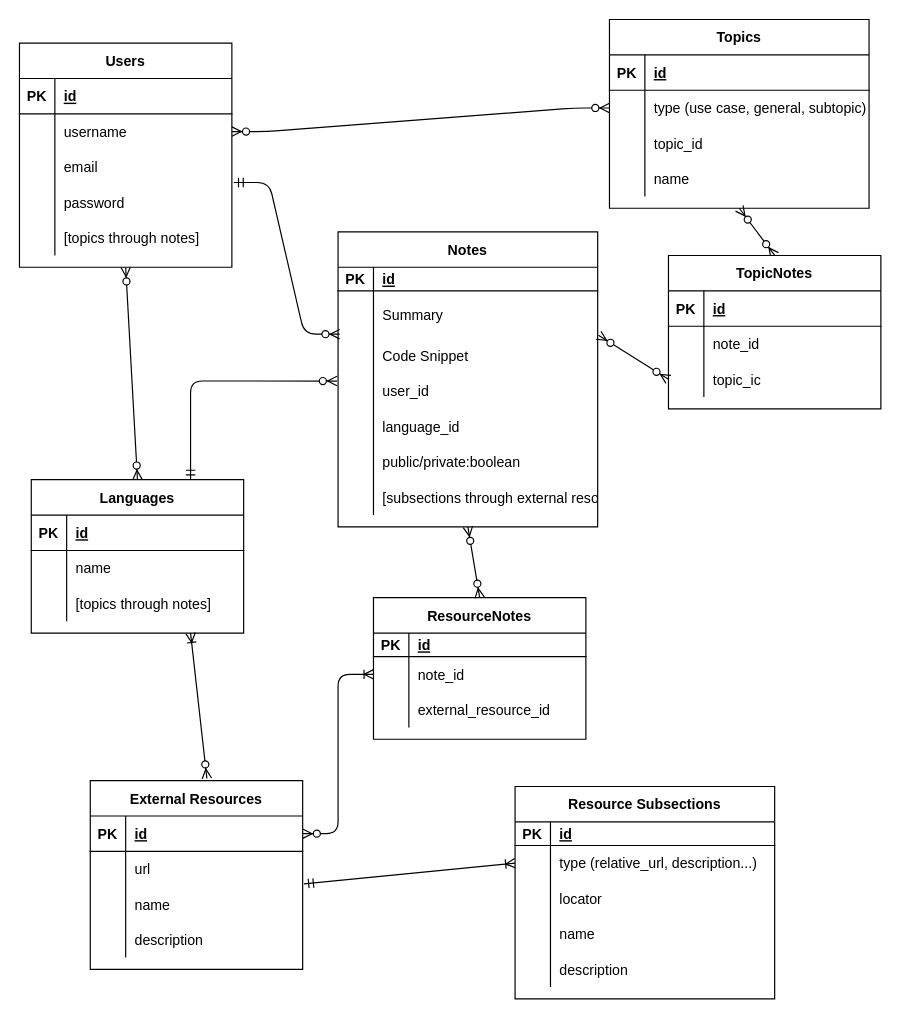
The draw.io diagram Rails Portfolio Project ERD.drawio in charlie763/code-notes, before the edit. Source tidied: cells renumbered, new cells numbered last; positions are measured from the earlier drawing's top-left corner, leaving out a move shared by most shapes. Both pictures are drawn from the tidied source at 118%, with x=0, y=0 at pixel (19, 19).
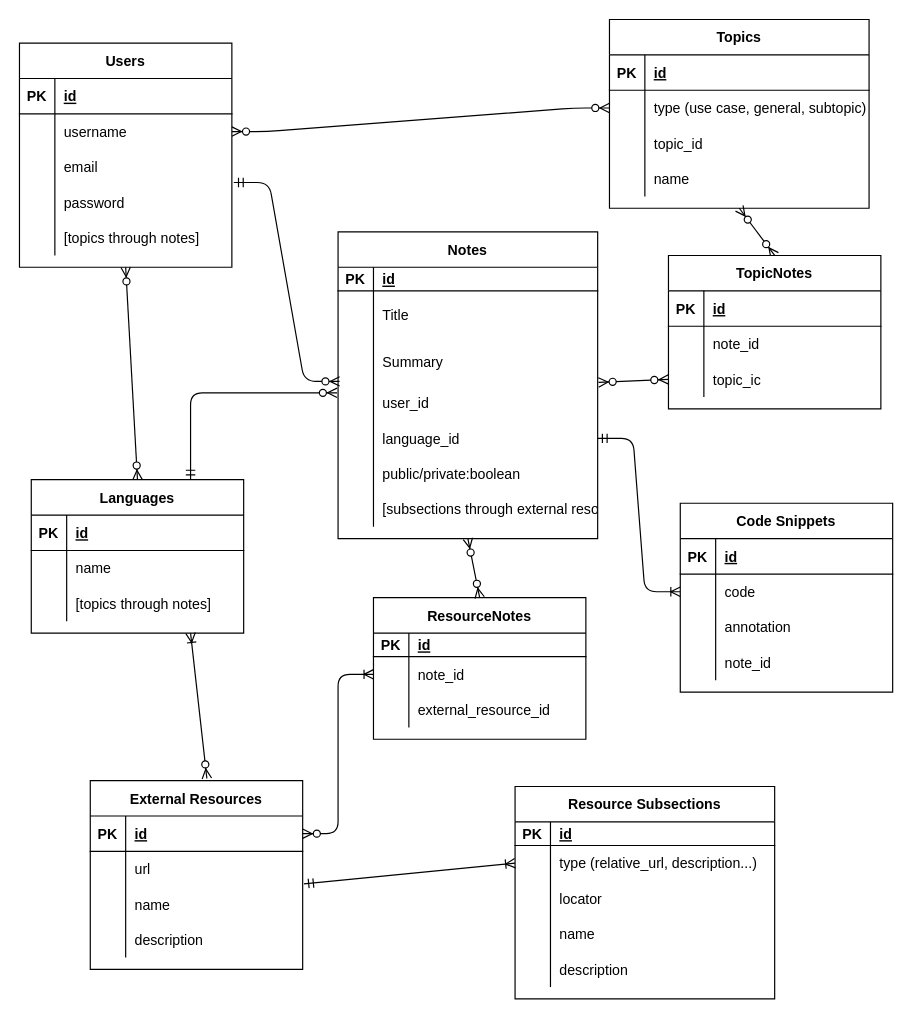
The same diagram, later.

Unchanged cells that the change refers to:
```xml
<mxCell id="44" style="shape=partialRectangle;fillColor=none;top=0;left=0;bottom=0;right=0;points=[[0,0.5],[1,0.5]];portConstraint=eastwest;" parent="34" vertex="1">
  <mxGeometry y="120" width="180" height="30" as="geometry" />
</mxCell>
<mxCell id="94" style="shape=partialRectangle;fillColor=none;top=0;left=0;bottom=0;right=0;" parent="90" vertex="1">
  <mxGeometry y="50" width="220" height="40" as="geometry" />
</mxCell>
<mxCell id="120" style="shape=partialRectangle;fillColor=none;top=0;left=0;bottom=0;right=0;points=[[0,0.5],[1,0.5]];portConstraint=eastwest;" parent="113" vertex="1">
  <mxGeometry y="90" width="180" height="30" as="geometry" />
</mxCell>
```

Diff of the diagram source:
```diff
@@
-    <mxCell id="2" style="edgeStyle=entityRelationEdgeStyle;fontSize=12;html=1;endArrow=ERzeroToMany;startArrow=ERmandOne;entryX=0.006;entryY=-0.11;entryDx=0;entryDy=0;entryPerimeter=0;exitX=1.009;exitY=-0.061;exitDx=0;exitDy=0;exitPerimeter=0;" parent="1" edge="1" source="44" target="97">
-      <mxGeometry relative="1" as="geometry" />
+    <mxCell id="2" style="edgeStyle=entityRelationEdgeStyle;fontSize=12;html=1;endArrow=ERzeroToMany;startArrow=ERmandOne;entryX=0.006;entryY=-0.11;entryDx=0;entryDy=0;entryPerimeter=0;exitX=1.009;exitY=-0.061;exitDx=0;exitDy=0;exitPerimeter=0;" parent="1" edge="1" source="44">
+      <mxGeometry relative="1" as="geometry">
+        <mxPoint x="271.3" y="306.7" as="targetPoint" />
+      </mxGeometry>
     </mxCell>
@@
-    <mxCell id="15" style="fontSize=12;html=1;endArrow=ERzeroToMany;endFill=1;startArrow=ERzeroToMany;exitX=1.003;exitY=-0.08;exitDx=0;exitDy=0;exitPerimeter=0;entryX=0;entryY=0.5;entryDx=0;entryDy=0;" parent="1" edge="1" source="97" target="120">
-      <mxGeometry relative="1" as="geometry" />
+    <mxCell id="15" style="fontSize=12;html=1;endArrow=ERzeroToMany;endFill=1;startArrow=ERzeroToMany;exitX=1.003;exitY=-0.08;exitDx=0;exitDy=0;exitPerimeter=0;entryX=0;entryY=0.5;entryDx=0;entryDy=0;" parent="1" edge="1" target="120">
+      <mxGeometry relative="1" as="geometry">
+        <mxPoint x="490.7" y="307.6" as="sourcePoint" />
+      </mxGeometry>
     </mxCell>
@@
     <mxCell id="90" value="Notes" style="shape=table;startSize=30;childLayout=tableLayout;rowLines=0;fontStyle=1;align=center;" parent="1" vertex="1">
-      <mxGeometry x="270" y="180" width="220" height="250" as="geometry" />
+      <mxGeometry x="270" y="180" width="220" height="260" as="geometry" />
     </mxCell>
@@
-    <mxCell id="96" value="Summary" style="shape=partialRectangle;fillColor=none;top=0;left=0;bottom=0;right=0;align=left;spacingLeft=6;overflow=hidden;" parent="94" vertex="1">
+    <mxCell id="96" value="Title" style="shape=partialRectangle;fillColor=none;top=0;left=0;bottom=0;right=0;align=left;spacingLeft=6;overflow=hidden;" parent="94" vertex="1">
       <mxGeometry x="30" width="190" height="40" as="geometry" />
     </mxCell>
-    <mxCell id="97" style="shape=partialRectangle;fillColor=none;top=0;left=0;bottom=0;right=0;points=[[0,0.5],[1,0.5]];portConstraint=eastwest;" parent="90" vertex="1">
-      <mxGeometry y="90" width="220" height="30" as="geometry" />
-    </mxCell>
-    <mxCell id="98" style="shape=partialRectangle;fillColor=none;top=0;left=0;bottom=0;right=0;overflow=hidden;" parent="97" vertex="1">
-      <mxGeometry width="30" height="30" as="geometry" />
-    </mxCell>
-    <mxCell id="99" value="Code Snippet" style="shape=partialRectangle;fillColor=none;top=0;left=0;bottom=0;right=0;align=left;spacingLeft=6;overflow=hidden;" parent="97" vertex="1">
-      <mxGeometry x="30" width="190" height="30" as="geometry" />
-    </mxCell>
+    <mxCell id="123" style="shape=partialRectangle;fillColor=none;top=0;left=0;bottom=0;right=0;" parent="90" vertex="1">
+      <mxGeometry y="90" width="220" height="40" as="geometry" />
+    </mxCell>
+    <mxCell id="124" style="shape=partialRectangle;fillColor=none;top=0;left=0;bottom=0;right=0;overflow=hidden;" parent="123" vertex="1">
+      <mxGeometry width="30" height="40" as="geometry" />
+    </mxCell>
+    <mxCell id="125" value="Summary" style="shape=partialRectangle;fillColor=none;top=0;left=0;bottom=0;right=0;align=left;spacingLeft=6;overflow=hidden;" parent="123" vertex="1">
+      <mxGeometry x="30" width="190" height="40" as="geometry" />
+    </mxCell>
     <mxCell id="100" style="shape=partialRectangle;fillColor=none;top=0;left=0;bottom=0;right=0;points=[[0,0.5],[1,0.5]];portConstraint=eastwest;" parent="90" vertex="1">
-      <mxGeometry y="120" width="220" height="30" as="geometry" />
+      <mxGeometry y="130" width="220" height="30" as="geometry" />
     </mxCell>
@@
     <mxCell id="103" style="shape=partialRectangle;fillColor=none;top=0;left=0;bottom=0;right=0;points=[[0,0.5],[1,0.5]];portConstraint=eastwest;" parent="90" vertex="1">
-      <mxGeometry y="150" width="220" height="30" as="geometry" />
+      <mxGeometry y="160" width="220" height="30" as="geometry" />
     </mxCell>
@@
     <mxCell id="106" style="shape=partialRectangle;fillColor=none;top=0;left=0;bottom=0;right=0;" parent="90" vertex="1">
-      <mxGeometry y="180" width="220" height="30" as="geometry" />
+      <mxGeometry y="190" width="220" height="30" as="geometry" />
     </mxCell>
@@
     <mxCell id="109" style="shape=partialRectangle;fillColor=none;top=0;left=0;bottom=0;right=0;" parent="90" vertex="1">
-      <mxGeometry y="210" width="220" height="30" as="geometry" />
+      <mxGeometry y="220" width="220" height="30" as="geometry" />
     </mxCell>
@@
+    <mxCell id="126" style="edgeStyle=entityRelationEdgeStyle;fontSize=12;html=1;endArrow=ERoneToMany;startArrow=ERmandOne;exitX=1;exitY=0.5;exitDx=0;exitDy=0;entryX=0;entryY=0.5;entryDx=0;entryDy=0;" parent="1" edge="1" source="103" target="131">
+      <mxGeometry relative="1" as="geometry" />
+    </mxCell>
+    <mxCell id="127" value="Code Snippets" style="shape=table;startSize=30;childLayout=tableLayout;rowLines=0;fontStyle=1;align=center;" parent="1" vertex="1">
+      <mxGeometry x="560" y="410" width="180" height="160" as="geometry" />
+    </mxCell>
+    <mxCell id="128" style="shape=partialRectangle;fillColor=none;top=0;left=0;bottom=1;right=0;" parent="127" vertex="1">
+      <mxGeometry y="30" width="180" height="30" as="geometry" />
+    </mxCell>
+    <mxCell id="129" value="PK" style="shape=partialRectangle;fillColor=none;top=0;left=0;bottom=0;right=0;fontStyle=1;overflow=hidden;" parent="128" vertex="1">
+      <mxGeometry width="30" height="30" as="geometry" />
+    </mxCell>
+    <mxCell id="130" value="id" style="shape=partialRectangle;fillColor=none;top=0;left=0;bottom=0;right=0;align=left;spacingLeft=6;fontStyle=5;overflow=hidden;" parent="128" vertex="1">
+      <mxGeometry x="30" width="150" height="30" as="geometry" />
+    </mxCell>
+    <mxCell id="131" style="shape=partialRectangle;fillColor=none;top=0;left=0;bottom=0;right=0;points=[[0,0.5],[1,0.5]];portConstraint=eastwest;" parent="127" vertex="1">
+      <mxGeometry y="60" width="180" height="30" as="geometry" />
+    </mxCell>
+    <mxCell id="132" style="shape=partialRectangle;fillColor=none;top=0;left=0;bottom=0;right=0;overflow=hidden;" parent="131" vertex="1">
+      <mxGeometry width="30" height="30" as="geometry" />
+    </mxCell>
+    <mxCell id="133" value="code" style="shape=partialRectangle;fillColor=none;top=0;left=0;bottom=0;right=0;align=left;spacingLeft=6;overflow=hidden;" parent="131" vertex="1">
+      <mxGeometry x="30" width="150" height="30" as="geometry" />
+    </mxCell>
+    <mxCell id="134" style="shape=partialRectangle;fillColor=none;top=0;left=0;bottom=0;right=0;" parent="127" vertex="1">
+      <mxGeometry y="90" width="180" height="30" as="geometry" />
+    </mxCell>
+    <mxCell id="135" style="shape=partialRectangle;fillColor=none;top=0;left=0;bottom=0;right=0;overflow=hidden;" parent="134" vertex="1">
+      <mxGeometry width="30" height="30" as="geometry" />
+    </mxCell>
+    <mxCell id="136" value="annotation" style="shape=partialRectangle;fillColor=none;top=0;left=0;bottom=0;right=0;align=left;spacingLeft=6;overflow=hidden;" parent="134" vertex="1">
+      <mxGeometry x="30" width="150" height="30" as="geometry" />
+    </mxCell>
+    <mxCell id="137" style="shape=partialRectangle;fillColor=none;top=0;left=0;bottom=0;right=0;" parent="127" vertex="1">
+      <mxGeometry y="120" width="180" height="30" as="geometry" />
+    </mxCell>
+    <mxCell id="138" style="shape=partialRectangle;fillColor=none;top=0;left=0;bottom=0;right=0;overflow=hidden;" parent="137" vertex="1">
+      <mxGeometry width="30" height="30" as="geometry" />
+    </mxCell>
+    <mxCell id="139" value="note_id" style="shape=partialRectangle;fillColor=none;top=0;left=0;bottom=0;right=0;align=left;spacingLeft=6;overflow=hidden;" parent="137" vertex="1">
+      <mxGeometry x="30" width="150" height="30" as="geometry" />
+    </mxCell>
```
